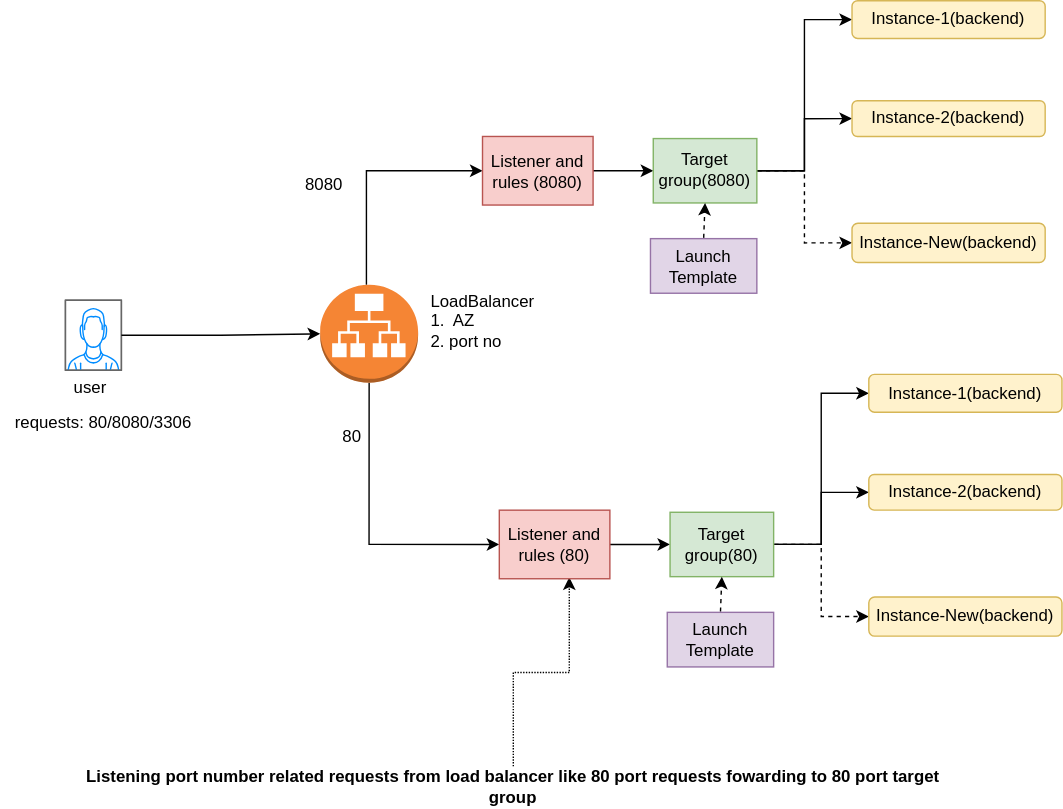
This is LB-ListenerRules-TargetGroup-Instance/LB-ListenerRules-TargetGroup-Instance.drawio.svg from mlnawsdevops/archs, a draw.io export, as it was before one commit. Source tidied: cells renumbered, new cells last; positions are measured from the earlier drawing's top-left corner, leaving out a move shared by most shapes.
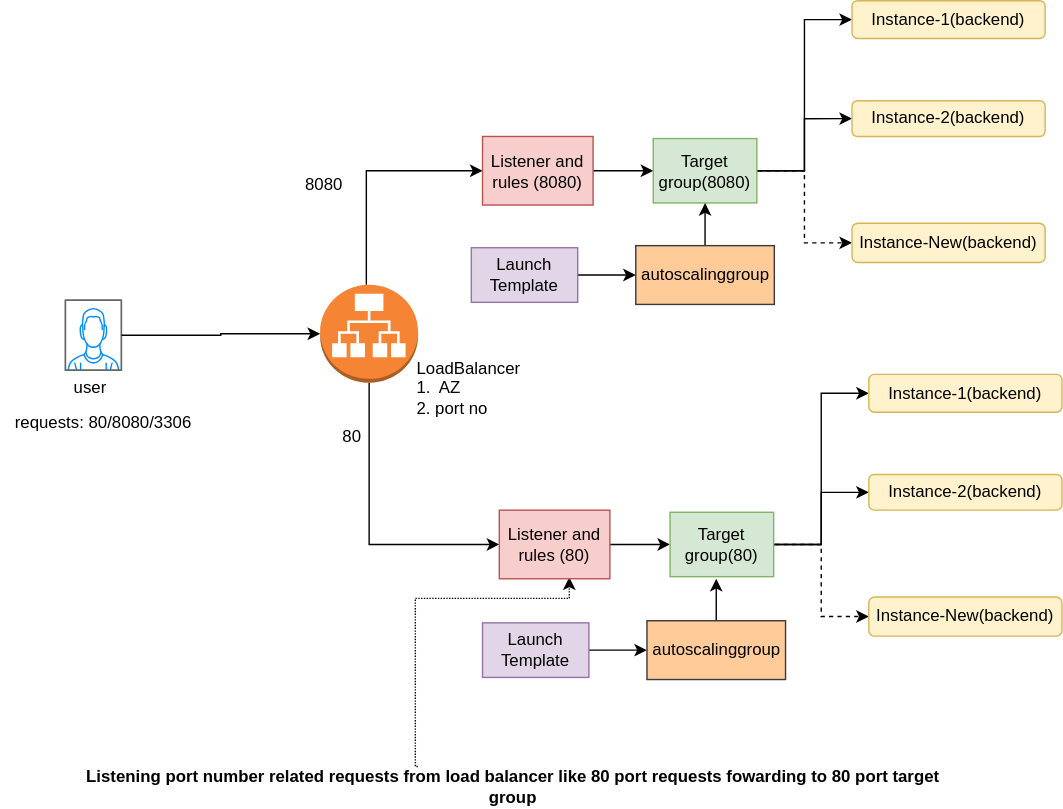
Above is the later version.

The edit, as a diff of the source:
```diff
@@ -25,14 +25,19 @@
       <mxGeometry x="39" y="262" width="50" height="30" as="geometry" />
     </mxCell>
     <mxCell id="8" value="LoadBalancer&amp;nbsp;&lt;br&gt;&lt;div style=&quot;text-align: left;&quot;&gt;&lt;span style=&quot;background-color: transparent; color: light-dark(rgb(0, 0, 0), rgb(255, 255, 255));&quot;&gt;1.&amp;nbsp; AZ&lt;/span&gt;&lt;/div&gt;&lt;div style=&quot;text-align: left;&quot;&gt;&lt;span style=&quot;background-color: transparent; color: light-dark(rgb(0, 0, 0), rgb(255, 255, 255));&quot;&gt;2. port no&lt;/span&gt;&lt;/div&gt;" style="text;html=1;whiteSpace=wrap;strokeColor=none;fillColor=none;align=center;verticalAlign=middle;rounded=0;" parent="1" vertex="1">
-      <mxGeometry x="296" y="199" width="100" height="60" as="geometry" />
+      <mxGeometry x="286" y="247" width="100" height="60" as="geometry" />
     </mxCell>
     <mxCell id="9" value="requests: 80/8080/3306&amp;nbsp;" style="text;html=1;whiteSpace=wrap;strokeColor=none;fillColor=none;align=center;verticalAlign=middle;rounded=0;" parent="1" vertex="1">
       <mxGeometry y="287" width="150" height="30" as="geometry" />
     </mxCell>
-    <mxCell id="10" style="edgeStyle=orthogonalEdgeStyle;rounded=0;jettySize=auto;html=1;exitX=0.5;exitY=0;exitDx=0;exitDy=0;dashed=1;dashPattern=1 1;" parent="1" edge="1" source="11">
+    <mxCell id="10" style="edgeStyle=orthogonalEdgeStyle;rounded=0;jettySize=auto;html=1;exitX=0.39;exitY=0.004;exitDx=0;exitDy=0;dashed=1;dashPattern=1 1;exitPerimeter=0;" parent="1" edge="1" source="11">
       <mxGeometry relative="1" as="geometry">
         <mxPoint x="406" y="412" as="targetPoint" />
+        <Array as="points">
+          <mxPoint x="296" y="547" />
+          <mxPoint x="296" y="427" />
+          <mxPoint x="406" y="427" />
+        </Array>
       </mxGeometry>
     </mxCell>
     <mxCell id="11" value="Listening port number related requests from load balancer like 80 port requests fowarding to 80 port target group" style="text;html=1;whiteSpace=wrap;strokeColor=none;fillColor=none;align=center;verticalAlign=middle;rounded=0;fontStyle=1;" parent="1" vertex="1">
@@ -62,11 +67,11 @@
     <mxCell id="19" value="Instance-New(backend)" style="rounded=1;whiteSpace=wrap;html=1;fillColor=#fff2cc;strokeColor=#d6b656;" parent="1" vertex="1">
       <mxGeometry x="608" y="159" width="138" height="28" as="geometry" />
     </mxCell>
-    <mxCell id="20" style="edgeStyle=orthogonalEdgeStyle;rounded=0;jettySize=auto;html=1;exitX=0.5;exitY=0;exitDx=0;exitDy=0;entryX=0.5;entryY=1;entryDx=0;entryDy=0;dashed=1;flowAnimation=1;" parent="1" edge="1" source="21" target="17">
-      <mxGeometry relative="1" as="geometry" />
-    </mxCell>
+    <mxCell id="36" style="edgeStyle=orthogonalEdgeStyle;rounded=0;jettySize=auto;html=1;exitX=1;exitY=0.5;exitDx=0;exitDy=0;" parent="1" edge="1" source="21" target="38">
+      <mxGeometry relative="1" as="geometry" />
+    </mxCell>
     <mxCell id="21" value="Launch Template" style="rounded=0;whiteSpace=wrap;html=1;fillColor=#e1d5e7;strokeColor=#9673a6;" parent="1" vertex="1">
-      <mxGeometry x="464" y="170" width="76" height="39" as="geometry" />
+      <mxGeometry x="336" y="176.5" width="76" height="39" as="geometry" />
     </mxCell>
     <mxCell id="22" value="Instance-1(backend)" style="rounded=1;whiteSpace=wrap;html=1;fillColor=#fff2cc;strokeColor=#d6b656;" parent="1" vertex="1">
       <mxGeometry x="608" width="138" height="27" as="geometry" />
@@ -101,14 +106,28 @@
     <mxCell id="32" value="Instance-New(backend)" style="rounded=1;whiteSpace=wrap;html=1;fillColor=#fff2cc;strokeColor=#d6b656;" parent="1" vertex="1">
       <mxGeometry x="620" y="426" width="138" height="28" as="geometry" />
     </mxCell>
-    <mxCell id="33" style="edgeStyle=orthogonalEdgeStyle;rounded=0;jettySize=auto;html=1;exitX=0.5;exitY=0;exitDx=0;exitDy=0;entryX=0.5;entryY=1;entryDx=0;entryDy=0;dashed=1;flowAnimation=1;" parent="1" edge="1" source="34" target="30">
-      <mxGeometry relative="1" as="geometry" />
-    </mxCell>
+    <mxCell id="35" value="Instance-1(backend)" style="rounded=1;whiteSpace=wrap;html=1;fillColor=#fff2cc;strokeColor=#d6b656;" parent="1" vertex="1">
+      <mxGeometry x="620" y="267" width="138" height="27" as="geometry" />
+    </mxCell>
+    <mxCell id="37" style="edgeStyle=orthogonalEdgeStyle;rounded=0;jettySize=auto;html=1;exitX=0.5;exitY=0;exitDx=0;exitDy=0;entryX=0.5;entryY=1;entryDx=0;entryDy=0;" parent="1" edge="1" source="38" target="17">
+      <mxGeometry relative="1" as="geometry" />
+    </mxCell>
+    <mxCell id="38" value="autoscalinggroup" style="rounded=0;whiteSpace=wrap;html=1;fillColor=#ffcc99;strokeColor=#36393d;" parent="1" vertex="1">
+      <mxGeometry x="453.5" y="175" width="99" height="42" as="geometry" />
+    </mxCell>
+    <mxCell id="39" style="edgeStyle=orthogonalEdgeStyle;rounded=0;jettySize=auto;html=1;exitX=1;exitY=0.5;exitDx=0;exitDy=0;" parent="1" edge="1" source="34" target="41">
+      <mxGeometry relative="1" as="geometry" />
+    </mxCell>
     <mxCell id="34" value="Launch Template" style="rounded=0;whiteSpace=wrap;html=1;fillColor=#e1d5e7;strokeColor=#9673a6;" parent="1" vertex="1">
-      <mxGeometry x="476" y="437" width="76" height="39" as="geometry" />
+      <mxGeometry x="344" y="444.5" width="76" height="39" as="geometry" />
     </mxCell>
-    <mxCell id="35" value="Instance-1(backend)" style="rounded=1;whiteSpace=wrap;html=1;fillColor=#fff2cc;strokeColor=#d6b656;" parent="1" vertex="1">
-      <mxGeometry x="620" y="267" width="138" height="27" as="geometry" />
-    </mxCell>
+    <mxCell id="40" style="edgeStyle=orthogonalEdgeStyle;rounded=0;jettySize=auto;html=1;exitX=0.5;exitY=0;exitDx=0;exitDy=0;entryX=0.5;entryY=1;entryDx=0;entryDy=0;" parent="1" edge="1" source="41">
+      <mxGeometry relative="1" as="geometry">
+        <mxPoint x="511" y="413" as="targetPoint" />
+      </mxGeometry>
+    </mxCell>
+    <mxCell id="41" value="autoscalinggroup" style="rounded=0;whiteSpace=wrap;html=1;fillColor=#ffcc99;strokeColor=#36393d;" parent="1" vertex="1">
+      <mxGeometry x="461.5" y="443" width="99" height="42" as="geometry" />
+    </mxCell>
   </root>
 </mxGraphModel>
```
